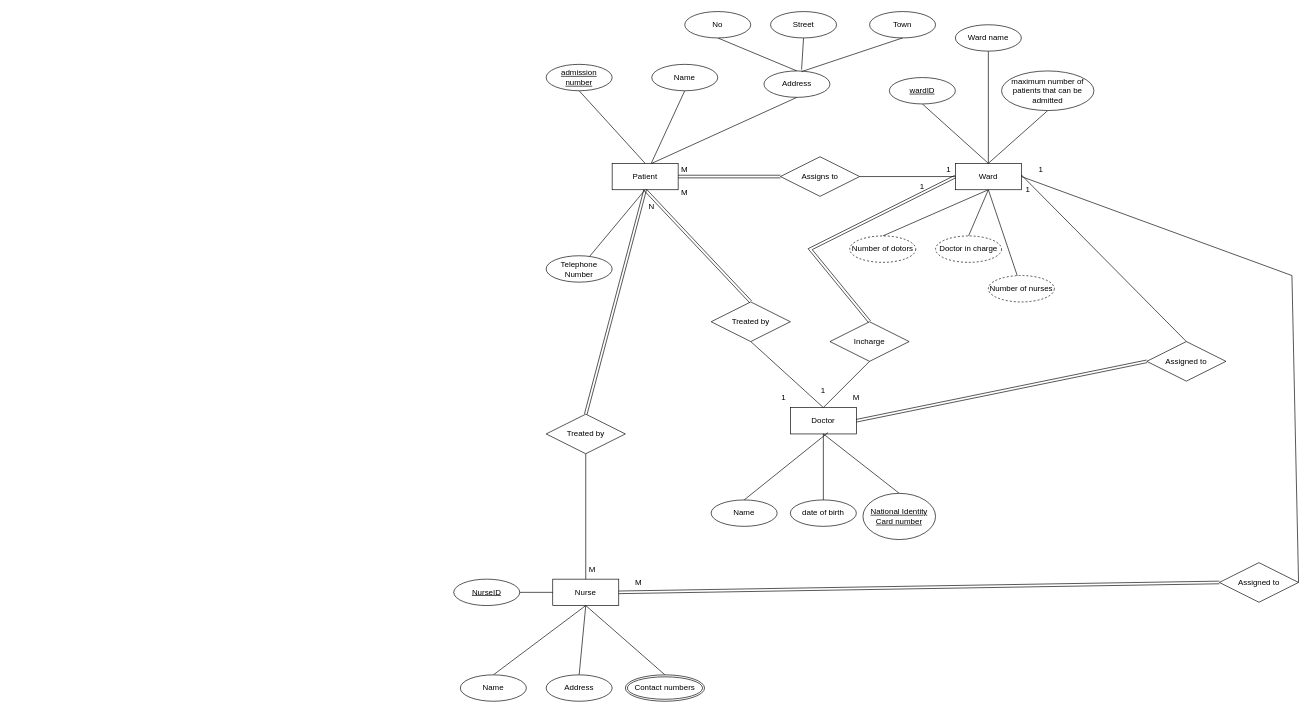
Earlier version of the draw.io diagram ER Diagrams/Question 01.drawio (Vishwa-Dilshan/Databases). Source tidied: cells renumbered, new cells numbered last; positions are measured from the earlier drawing's top-left corner, leaving out a move shared by most shapes. Both pictures are drawn from the tidied source at 66%, with x=0, y=0 at pixel (453, 11).
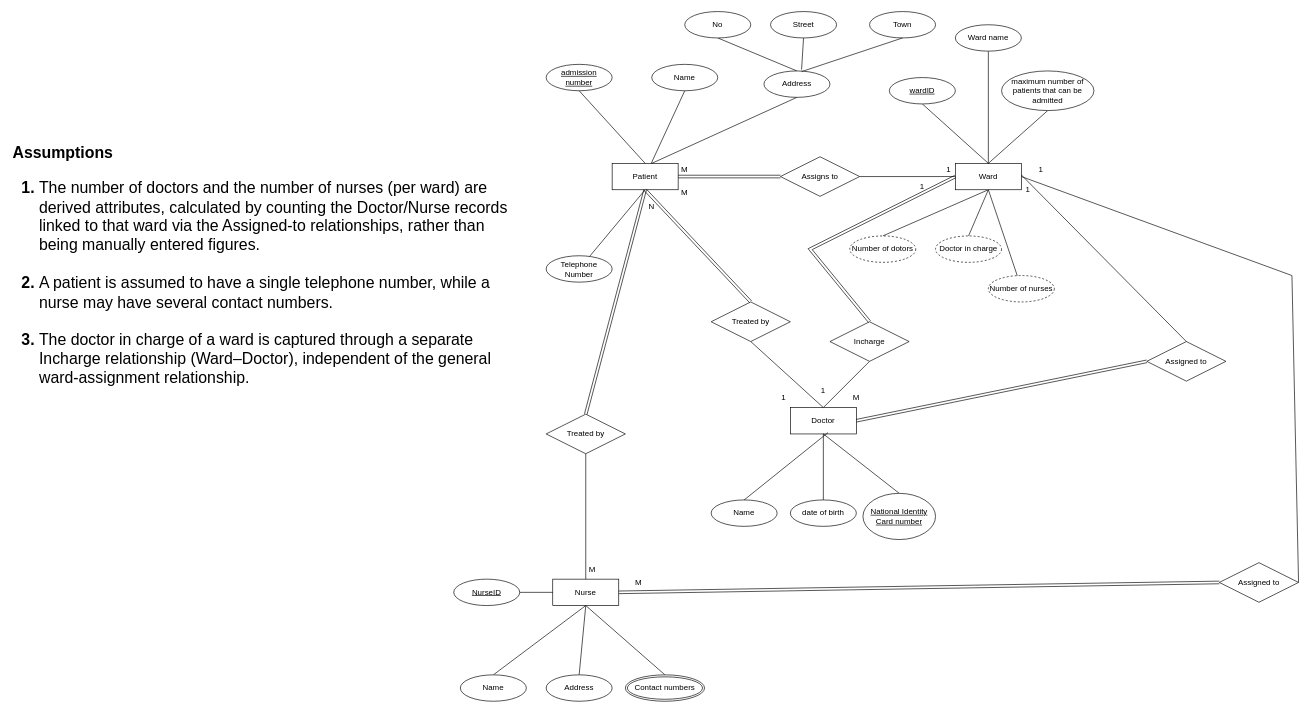
Above is the later version.

Change to the diagram source:
```diff
@@
+    <mxCell id="76" value="&lt;h1 style=&quot;margin-top: 0px;&quot;&gt;&lt;p dir=&quot;ltr&quot;&gt;&lt;strong&gt;Assumptions&lt;/strong&gt;&lt;/p&gt;&lt;ol dir=&quot;ltr&quot;&gt;&lt;li&gt;&lt;span style=&quot;font-weight: normal;&quot;&gt;The number of doctors and the number of nurses (per ward) are derived attributes, calculated by counting the Doctor/Nurse records linked to that ward via the Assigned-to relationships, rather than being manually entered figures.&lt;/span&gt;&lt;/li&gt;&lt;span style=&quot;font-weight: normal;&quot;&gt;&lt;br&gt;&lt;/span&gt;&lt;li&gt;&lt;span style=&quot;font-weight: normal;&quot;&gt;A patient is assumed to have a single telephone number, while a nurse may have several contact numbers.&lt;/span&gt;&lt;/li&gt;&lt;span style=&quot;font-weight: normal;&quot;&gt;&lt;br&gt;&lt;/span&gt;&lt;li&gt;&lt;span style=&quot;font-weight: normal;&quot;&gt;The doctor in charge of a ward is captured through a separate Incharge relationship (Ward–Doctor), independent of the general ward-assignment relationship.&lt;/span&gt;&lt;/li&gt;&lt;/ol&gt;&lt;/h1&gt;" style="text;html=1;whiteSpace=wrap;overflow=hidden;rounded=0;" parent="1" vertex="1">
+      <mxGeometry x="-670" y="170" width="780" height="430" as="geometry" />
+    </mxCell>
```
